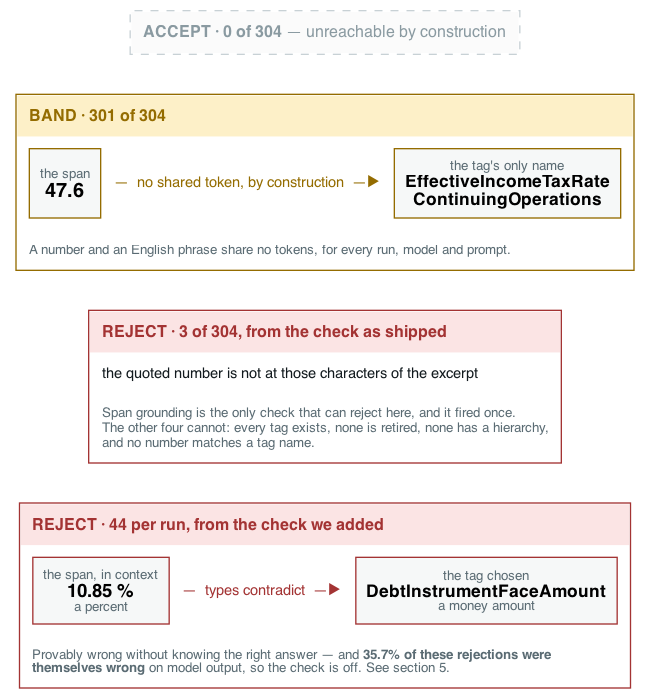
Above: docs/figures/fig4b-accept-finer.png in wbagais/reliability-ladder (Graphviz), before the change. Its source is kept beside it as docs/figures/fig4b-accept-finer.dot.
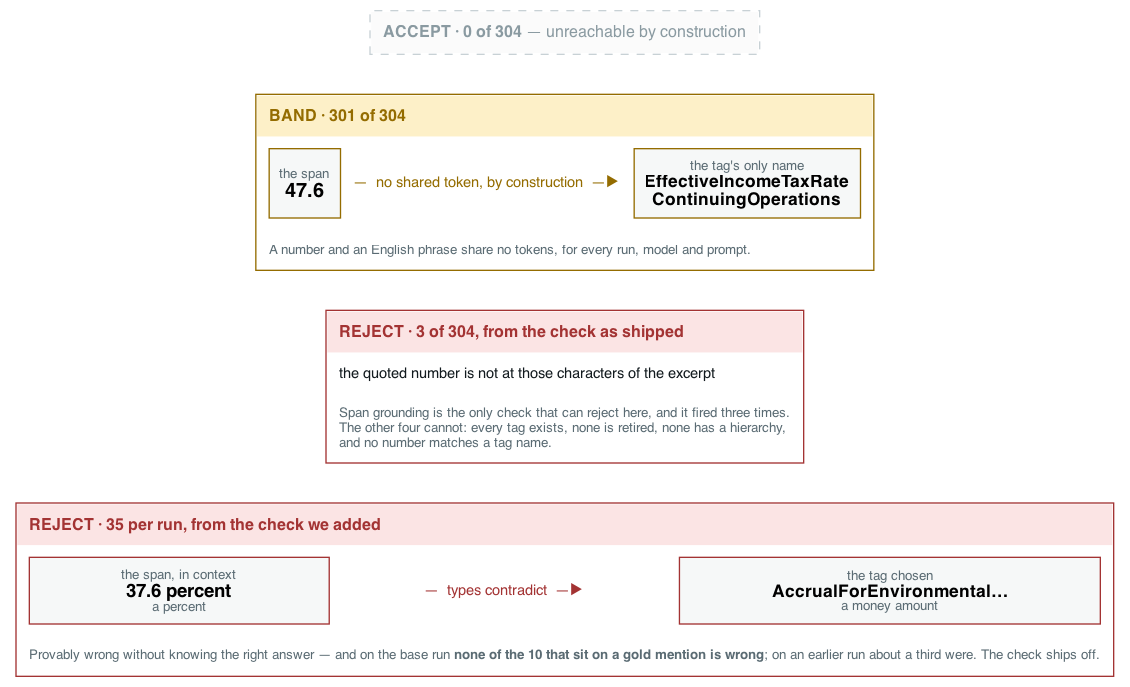
Later version of the same file.

Change to the diagram source:
```diff
@@ -20,18 +20,18 @@
   rej [label=<<TABLE BORDER="1" CELLBORDER="0" CELLSPACING="0" CELLPADDING="9" COLOR="#a33333">
     <TR><TD ALIGN="LEFT" BGCOLOR="#fbe4e4"><FONT POINT-SIZE="12" COLOR="#a33333"><B>REJECT · 3 of 304, from the check as shipped</B></FONT></TD></TR>
     <TR><TD ALIGN="LEFT" BGCOLOR="#ffffff"><FONT POINT-SIZE="11.5" COLOR="#121a1e">the quoted number is not at those characters of the excerpt</FONT></TD></TR>
-    <TR><TD ALIGN="LEFT" BGCOLOR="#ffffff"><FONT POINT-SIZE="10.5" COLOR="#5a6b73">Span grounding is the only check that can reject here, and it fired once.<BR ALIGN="LEFT"/>The other four cannot: every tag exists, none is retired, none has a hierarchy,<BR ALIGN="LEFT"/>and no number matches a tag name.</FONT><BR ALIGN="LEFT"/></TD></TR>
+    <TR><TD ALIGN="LEFT" BGCOLOR="#ffffff"><FONT POINT-SIZE="10.5" COLOR="#5a6b73">Span grounding is the only check that can reject here, and it fired three times.<BR ALIGN="LEFT"/>The other four cannot: every tag exists, none is retired, none has a hierarchy,<BR ALIGN="LEFT"/>and no number matches a tag name.</FONT><BR ALIGN="LEFT"/></TD></TR>
     </TABLE>>];
 
   rej2 [label=<<TABLE BORDER="1" CELLBORDER="0" CELLSPACING="0" CELLPADDING="9" COLOR="#a33333">
-    <TR><TD ALIGN="LEFT" BGCOLOR="#fbe4e4"><FONT POINT-SIZE="12" COLOR="#a33333"><B>REJECT · 44 per run, from the check we added</B></FONT></TD></TR>
+    <TR><TD ALIGN="LEFT" BGCOLOR="#fbe4e4"><FONT POINT-SIZE="12" COLOR="#a33333"><B>REJECT · 35 per run, from the check we added</B></FONT></TD></TR>
     <TR><TD ALIGN="LEFT" BGCOLOR="#ffffff"><TABLE BORDER="0" CELLBORDER="1" CELLSPACING="0" CELLPADDING="7">
       <TR>
-        <TD BGCOLOR="#f6f8f8"><FONT POINT-SIZE="10.5" COLOR="#5a6b73">the span, in context</FONT><BR/><FONT POINT-SIZE="14"><B>10.85 %</B></FONT><BR/><FONT POINT-SIZE="10.5" COLOR="#5a6b73">a percent</FONT></TD>
+        <TD BGCOLOR="#f6f8f8"><FONT POINT-SIZE="10.5" COLOR="#5a6b73">the span, in context</FONT><BR/><FONT POINT-SIZE="14"><B>37.6 percent</B></FONT><BR/><FONT POINT-SIZE="10.5" COLOR="#5a6b73">a percent</FONT></TD>
         <TD BORDER="0"><FONT POINT-SIZE="11" COLOR="#a33333"> &#8212;  types contradict  &#8212;&#9654; </FONT></TD>
-        <TD BGCOLOR="#f6f8f8"><FONT POINT-SIZE="10.5" COLOR="#5a6b73">the tag chosen</FONT><BR/><FONT POINT-SIZE="13"><B>DebtInstrumentFaceAmount</B></FONT><BR/><FONT POINT-SIZE="10.5" COLOR="#5a6b73">a money amount</FONT></TD>
+        <TD BGCOLOR="#f6f8f8"><FONT POINT-SIZE="10.5" COLOR="#5a6b73">the tag chosen</FONT><BR/><FONT POINT-SIZE="13"><B>AccrualForEnvironmental…</B></FONT><BR/><FONT POINT-SIZE="10.5" COLOR="#5a6b73">a money amount</FONT></TD>
       </TR></TABLE></TD></TR>
-    <TR><TD ALIGN="LEFT" BGCOLOR="#ffffff"><FONT POINT-SIZE="10.5" COLOR="#5a6b73">Provably wrong without knowing the right answer &#8212; and <B>35.7% of these rejections were</B><BR ALIGN="LEFT"/><B>themselves wrong</B> on model output, so the check is off. See section 5.</FONT><BR ALIGN="LEFT"/></TD></TR>
+    <TR><TD ALIGN="LEFT" BGCOLOR="#ffffff"><FONT POINT-SIZE="10.5" COLOR="#5a6b73">Provably wrong without knowing the right answer &#8212; and on the base run <B>none of the 10 that sit on a gold mention is wrong</B>; on an earlier run about a third were. The check ships off.</FONT></TD></TR>
     </TABLE>>];
 
   acc -> band [style=invis]; band -> rej [style=invis]; rej -> rej2 [style=invis];
```
